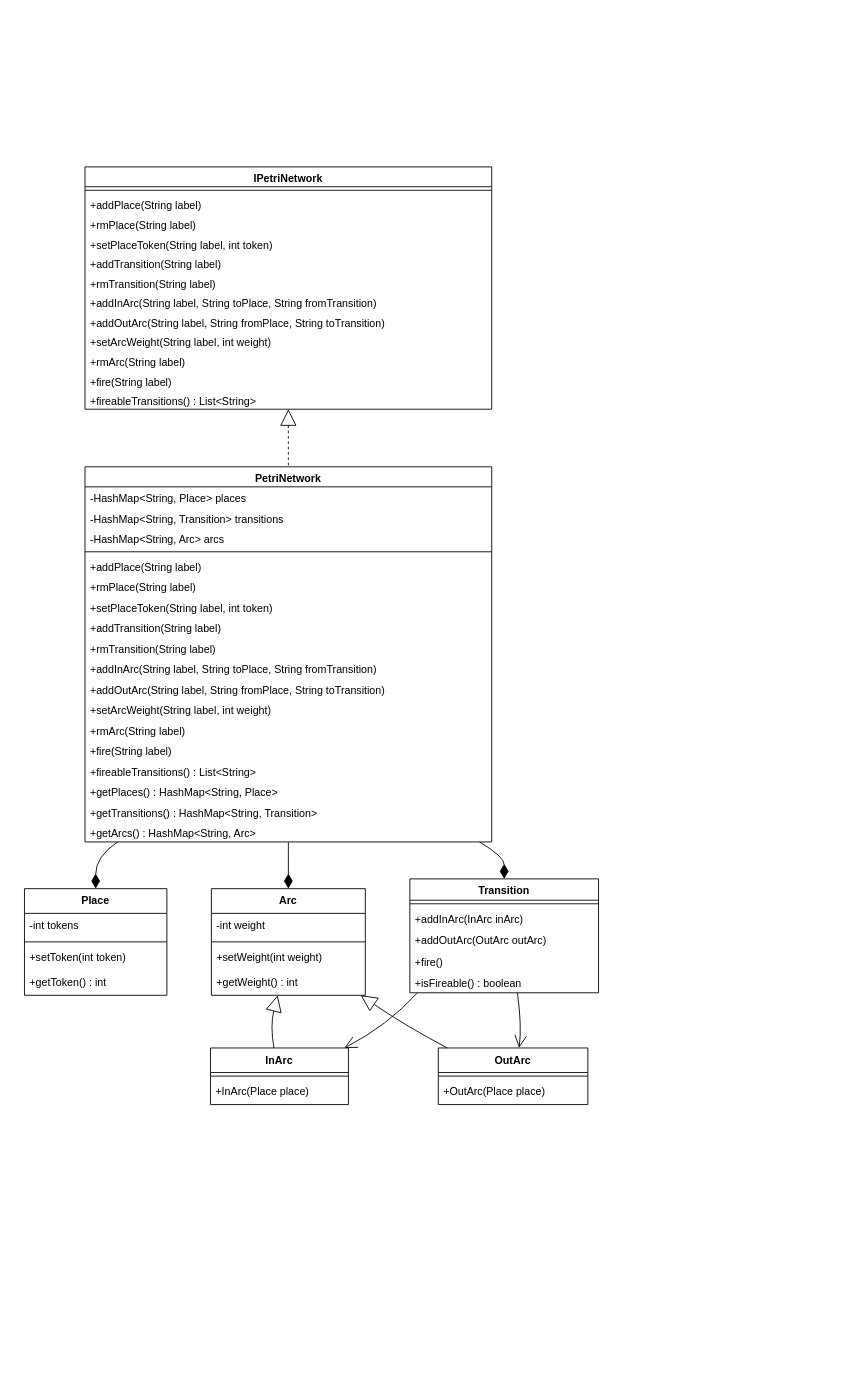
Before: page "Class Diagram 3" (3 of 6) of Docs/Modelling/PetriNetwork.drawio in MRJPEREZR/PetriNetwork, a draw.io diagram. Source tidied: cells renumbered, new cells numbered last; positions are measured from the earlier drawing's top-left corner, leaving out a move shared by most shapes. Both pictures are drawn from the tidied source at 89%, with x=0, y=0 at pixel (24, 166).
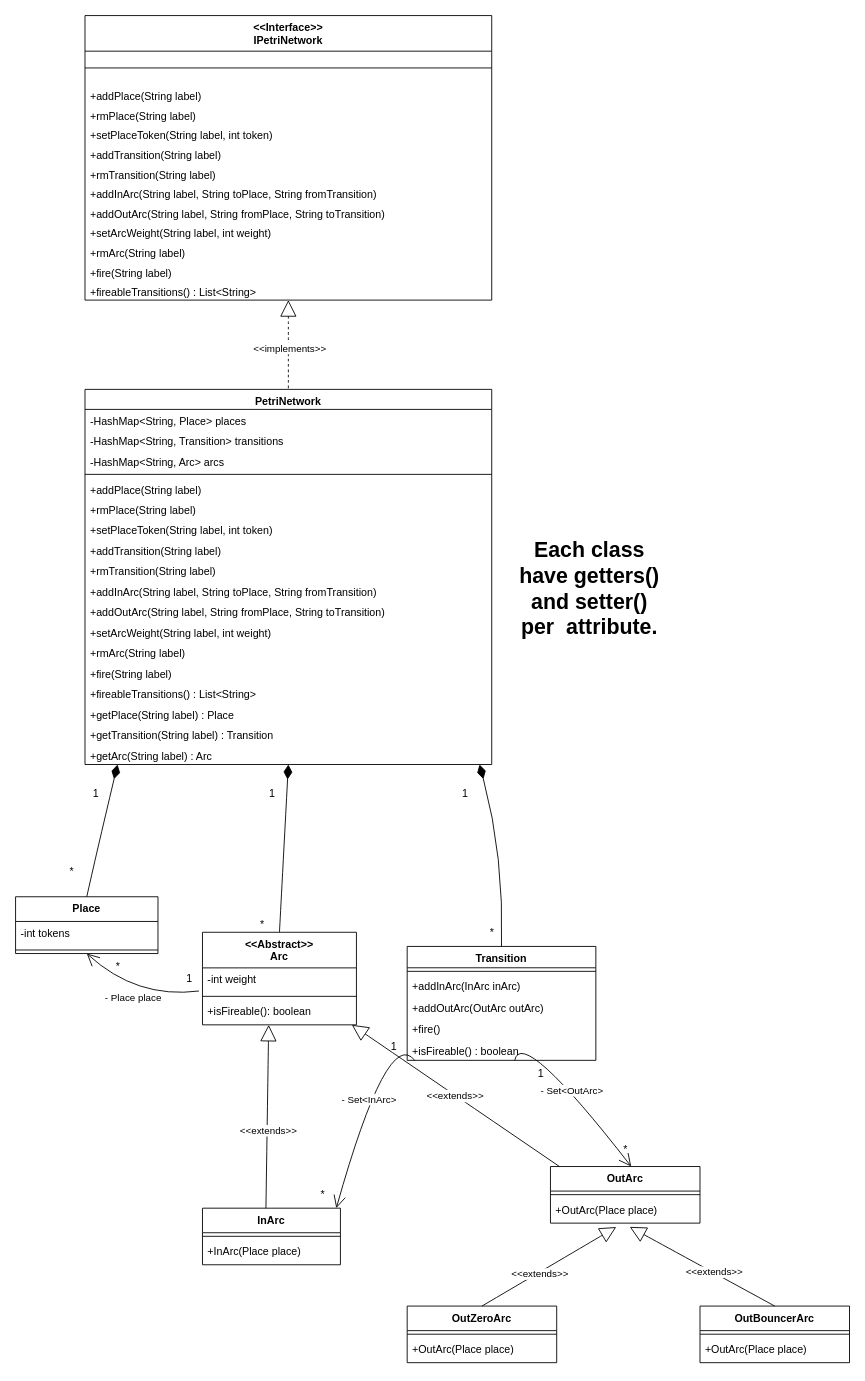
The same page after the edit.

Unchanged cells that the change refers to:
```xml
<mxCell id="55" value="+OutArc(Place place)" style="text;strokeColor=none;fillColor=none;align=left;verticalAlign=top;spacingLeft=4;spacingRight=4;overflow=hidden;points=[[0,0.5],[1,0.5]];portConstraint=eastwest;" parent="53" vertex="1">
  <mxGeometry y="35.6" width="168" height="28" as="geometry" />
</mxCell>
<mxCell id="56" style="curved=1;dashed=1;startArrow=block;startSize=16;startFill=0;endArrow=none;exitX=0.5;exitY=1;entryX=0.5;entryY=0;rounded=0;" parent="1" edge="1" source="2" target="15">
  <mxGeometry relative="1" as="geometry" />
</mxCell>
<mxCell id="62" style="curved=1;startArrow=none;endArrow=open;endSize=12;exitX=0.04;exitY=1;entryX=0.97;entryY=0;rounded=0;" parent="1" edge="1" source="39" target="50">
  <mxGeometry relative="1" as="geometry">
    <Array as="points">
      <mxPoint x="408" y="965" />
    </Array>
  </mxGeometry>
</mxCell>
<mxCell id="63" style="curved=1;startArrow=none;endArrow=open;endSize=12;exitX=0.57;exitY=1;entryX=0.54;entryY=0;rounded=0;" parent="1" edge="1" source="39" target="53">
  <mxGeometry relative="1" as="geometry">
    <Array as="points">
      <mxPoint x="559" y="965" />
    </Array>
  </mxGeometry>
</mxCell>
```

What changed in the source:
```diff
@@
-    <mxCell id="2" value="IPetriNetwork" style="swimlane;fontStyle=1;align=center;verticalAlign=top;horizontal=1;startSize=22.32;" parent="1" vertex="1">
-      <mxGeometry x="68" width="457" height="272.3" as="geometry" />
+    <mxCell id="2" value="&lt;&lt;Interface&gt;&gt;&#10;IPetriNetwork" style="swimlane;fontStyle=1;align=center;verticalAlign=top;horizontal=1;startSize=40;" parent="1" vertex="1">
+      <mxGeometry x="68" y="-170" width="457" height="319.7" as="geometry" />
     </mxCell>
     <mxCell id="3" style="line;strokeWidth=1;fillColor=none;align=left;verticalAlign=middle;spacingTop=-1;spacingLeft=3;spacingRight=3;labelPosition=right;strokeColor=inherit;" parent="2" vertex="1">
-      <mxGeometry y="22.3" width="457" height="8" as="geometry" />
+      <mxGeometry y="40" width="457" height="37.7" as="geometry" />
     </mxCell>
     <mxCell id="4" value="+addPlace(String label)" style="text;strokeColor=none;fillColor=none;align=left;verticalAlign=top;spacingLeft=4;spacingRight=4;overflow=hidden;" parent="2" vertex="1">
-      <mxGeometry y="30.3" width="457" height="22" as="geometry" />
+      <mxGeometry y="77.7" width="457" height="22" as="geometry" />
     </mxCell>
     <mxCell id="5" value="+rmPlace(String label)" style="text;strokeColor=none;fillColor=none;align=left;verticalAlign=top;spacingLeft=4;spacingRight=4;overflow=hidden;" parent="2" vertex="1">
-      <mxGeometry y="52.3" width="457" height="22" as="geometry" />
+      <mxGeometry y="99.7" width="457" height="22" as="geometry" />
     </mxCell>
     <mxCell id="6" value="+setPlaceToken(String label, int token)" style="text;strokeColor=none;fillColor=none;align=left;verticalAlign=top;spacingLeft=4;spacingRight=4;overflow=hidden;" parent="2" vertex="1">
-      <mxGeometry y="74.3" width="457" height="22" as="geometry" />
+      <mxGeometry y="121.7" width="457" height="22" as="geometry" />
     </mxCell>
     <mxCell id="7" value="+addTransition(String label)" style="text;strokeColor=none;fillColor=none;align=left;verticalAlign=top;spacingLeft=4;spacingRight=4;overflow=hidden;" parent="2" vertex="1">
-      <mxGeometry y="96.3" width="457" height="22" as="geometry" />
+      <mxGeometry y="143.7" width="457" height="22" as="geometry" />
     </mxCell>
     <mxCell id="8" value="+rmTransition(String label)" style="text;strokeColor=none;fillColor=none;align=left;verticalAlign=top;spacingLeft=4;spacingRight=4;overflow=hidden;" parent="2" vertex="1">
-      <mxGeometry y="118.3" width="457" height="22" as="geometry" />
+      <mxGeometry y="165.7" width="457" height="22" as="geometry" />
     </mxCell>
     <mxCell id="9" value="+addInArc(String label, String toPlace, String fromTransition)" style="text;strokeColor=none;fillColor=none;align=left;verticalAlign=top;spacingLeft=4;spacingRight=4;overflow=hidden;" parent="2" vertex="1">
-      <mxGeometry y="140.3" width="457" height="22" as="geometry" />
+      <mxGeometry y="187.7" width="457" height="22" as="geometry" />
     </mxCell>
     <mxCell id="10" value="+addOutArc(String label, String fromPlace, String toTransition)" style="text;strokeColor=none;fillColor=none;align=left;verticalAlign=top;spacingLeft=4;spacingRight=4;overflow=hidden;" parent="2" vertex="1">
-      <mxGeometry y="162.3" width="457" height="22" as="geometry" />
+      <mxGeometry y="209.7" width="457" height="22" as="geometry" />
     </mxCell>
     <mxCell id="11" value="+setArcWeight(String label, int weight)" style="text;strokeColor=none;fillColor=none;align=left;verticalAlign=top;spacingLeft=4;spacingRight=4;overflow=hidden;" parent="2" vertex="1">
-      <mxGeometry y="184.3" width="457" height="22" as="geometry" />
+      <mxGeometry y="231.7" width="457" height="22" as="geometry" />
     </mxCell>
     <mxCell id="12" value="+rmArc(String label)" style="text;strokeColor=none;fillColor=none;align=left;verticalAlign=top;spacingLeft=4;spacingRight=4;overflow=hidden;" parent="2" vertex="1">
-      <mxGeometry y="206.3" width="457" height="22" as="geometry" />
+      <mxGeometry y="253.7" width="457" height="22" as="geometry" />
     </mxCell>
     <mxCell id="13" value="+fire(String label)" style="text;strokeColor=none;fillColor=none;align=left;verticalAlign=top;spacingLeft=4;spacingRight=4;overflow=hidden;" parent="2" vertex="1">
-      <mxGeometry y="228.3" width="457" height="22" as="geometry" />
+      <mxGeometry y="275.7" width="457" height="22" as="geometry" />
     </mxCell>
     <mxCell id="14" value="+fireableTransitions() : List&lt;String&gt;" style="text;strokeColor=none;fillColor=none;align=left;verticalAlign=top;spacingLeft=4;spacingRight=4;overflow=hidden;" parent="2" vertex="1">
-      <mxGeometry y="250.3" width="457" height="22" as="geometry" />
+      <mxGeometry y="297.7" width="457" height="22" as="geometry" />
     </mxCell>
     <mxCell id="15" value="PetriNetwork" style="swimlane;fontStyle=1;align=center;verticalAlign=top;horizontal=1;startSize=22.5;" parent="1" vertex="1">
-      <mxGeometry x="68" y="337" width="457" height="421.5" as="geometry" />
+      <mxGeometry x="68" y="250" width="457" height="421.5" as="geometry" />
     </mxCell>
@@
-    <mxCell id="31" value="+getPlaces() : HashMap&lt;String, Place&gt;" style="text;strokeColor=none;fillColor=none;align=left;verticalAlign=top;spacingLeft=4;spacingRight=4;overflow=hidden;" parent="15" vertex="1">
-      <mxGeometry y="352.5" width="457" height="23" as="geometry" />
-    </mxCell>
-    <mxCell id="32" value="+getTransitions() : HashMap&lt;String, Transition&gt;" style="text;strokeColor=none;fillColor=none;align=left;verticalAlign=top;spacingLeft=4;spacingRight=4;overflow=hidden;" parent="15" vertex="1">
-      <mxGeometry y="375.5" width="457" height="23" as="geometry" />
-    </mxCell>
-    <mxCell id="33" value="+getArcs() : HashMap&lt;String, Arc&gt;" style="text;strokeColor=none;fillColor=none;align=left;verticalAlign=top;spacingLeft=4;spacingRight=4;overflow=hidden;" parent="15" vertex="1">
-      <mxGeometry y="398.5" width="457" height="23" as="geometry" />
+    <mxCell id="33" value="+getPlace(String label) : Place " style="text;strokeColor=none;fillColor=none;align=left;verticalAlign=top;spacingLeft=4;spacingRight=4;overflow=hidden;" parent="15" vertex="1">
+      <mxGeometry y="352.5" width="457" height="23" as="geometry" />
     </mxCell>
+    <mxCell id="64" value="+getTransition(String label) : Transition " style="text;strokeColor=none;fillColor=none;align=left;verticalAlign=top;spacingLeft=4;spacingRight=4;overflow=hidden;" parent="15" vertex="1">
+      <mxGeometry y="375.5" width="457" height="23" as="geometry" />
+    </mxCell>
+    <mxCell id="65" value="+getArc(String label) : Arc " style="text;strokeColor=none;fillColor=none;align=left;verticalAlign=top;spacingLeft=4;spacingRight=4;overflow=hidden;" parent="15" vertex="1">
+      <mxGeometry y="398.5" width="457" height="23" as="geometry" />
+    </mxCell>
     <mxCell id="34" value="Place" style="swimlane;fontStyle=1;align=center;verticalAlign=top;horizontal=1;startSize=27.75;" parent="1" vertex="1">
-      <mxGeometry y="811" width="160" height="119.8" as="geometry" />
+      <mxGeometry x="-10" y="820.1" width="160" height="63.8" as="geometry" />
     </mxCell>
@@
-    <mxCell id="37" value="+setToken(int token)" style="text;strokeColor=none;fillColor=none;align=left;verticalAlign=top;spacingLeft=4;spacingRight=4;overflow=hidden;" parent="34" vertex="1">
-      <mxGeometry y="63.8" width="160" height="28" as="geometry" />
-    </mxCell>
-    <mxCell id="38" value="+getToken() : int" style="text;strokeColor=none;fillColor=none;align=left;verticalAlign=top;spacingLeft=4;spacingRight=4;overflow=hidden;" parent="34" vertex="1">
-      <mxGeometry y="91.8" width="160" height="28" as="geometry" />
-    </mxCell>
     <mxCell id="39" value="Transition" style="swimlane;fontStyle=1;align=center;verticalAlign=top;horizontal=1;startSize=24;" parent="1" vertex="1">
-      <mxGeometry x="433" y="800" width="212" height="128" as="geometry" />
+      <mxGeometry x="430" y="875.9" width="212" height="128" as="geometry" />
     </mxCell>
@@
-    <mxCell id="45" value="Arc" style="swimlane;fontStyle=1;align=center;verticalAlign=top;horizontal=1;startSize=27.75;" parent="1" vertex="1">
-      <mxGeometry x="210" y="811" width="173" height="119.8" as="geometry" />
+    <mxCell id="45" value="&lt;&lt;Abstract&gt;&gt;&#10;Arc" style="swimlane;fontStyle=1;align=center;verticalAlign=top;horizontal=1;startSize=40;" parent="1" vertex="1">
+      <mxGeometry x="200" y="860" width="173" height="104" as="geometry" />
     </mxCell>
     <mxCell id="46" value="-int weight" style="text;strokeColor=none;fillColor=none;align=left;verticalAlign=top;spacingLeft=4;spacingRight=4;overflow=hidden;points=[[0,0.5],[1,0.5]];portConstraint=eastwest;" parent="45" vertex="1">
-      <mxGeometry y="27.8" width="173" height="28" as="geometry" />
+      <mxGeometry y="40" width="173" height="28" as="geometry" />
     </mxCell>
     <mxCell id="47" style="line;strokeWidth=1;fillColor=none;align=left;verticalAlign=middle;spacingTop=-1;spacingLeft=3;spacingRight=3;labelPosition=right;strokeColor=inherit;" parent="45" vertex="1">
-      <mxGeometry y="55.8" width="173" height="8" as="geometry" />
+      <mxGeometry y="68" width="173" height="8" as="geometry" />
     </mxCell>
-    <mxCell id="48" value="+setWeight(int weight)" style="text;strokeColor=none;fillColor=none;align=left;verticalAlign=top;spacingLeft=4;spacingRight=4;overflow=hidden;" parent="45" vertex="1">
-      <mxGeometry y="63.8" width="173" height="28" as="geometry" />
-    </mxCell>
-    <mxCell id="49" value="+getWeight() : int" style="text;strokeColor=none;fillColor=none;align=left;verticalAlign=top;spacingLeft=4;spacingRight=4;overflow=hidden;" parent="45" vertex="1">
-      <mxGeometry y="91.8" width="173" height="28" as="geometry" />
+    <mxCell id="49" value="+isFireable(): boolean" style="text;strokeColor=none;fillColor=none;align=left;verticalAlign=top;spacingLeft=4;spacingRight=4;overflow=hidden;" parent="45" vertex="1">
+      <mxGeometry y="76" width="173" height="28" as="geometry" />
     </mxCell>
     <mxCell id="50" value="InArc" style="swimlane;fontStyle=1;align=center;verticalAlign=top;horizontal=1;startSize=27.6;" parent="1" vertex="1">
-      <mxGeometry x="209" y="990" width="155" height="63.6" as="geometry" />
+      <mxGeometry x="200" y="1170" width="155" height="63.6" as="geometry" />
     </mxCell>
@@
     <mxCell id="53" value="OutArc" style="swimlane;fontStyle=1;align=center;verticalAlign=top;horizontal=1;startSize=27.6;" parent="1" vertex="1">
-      <mxGeometry x="465" y="990" width="168" height="63.6" as="geometry" />
+      <mxGeometry x="591" y="1123.2" width="168" height="63.6" as="geometry" />
     </mxCell>
@@
+    <mxCell id="66" value="&amp;lt;&amp;lt;implements&amp;gt;&amp;gt;" style="edgeLabel;html=1;align=center;verticalAlign=middle;" parent="56" vertex="1">
+      <mxGeometry x="0.07" y="1" relative="1" as="geometry" />
+    </mxCell>
-    <mxCell id="57" style="curved=1;startArrow=none;endArrow=diamondThin;endSize=14;endFill=1;exitX=0.08;exitY=1;entryX=0.5;entryY=0;rounded=0;" parent="1" edge="1" source="15" target="34">
+    <mxCell id="57" style="curved=1;startArrow=none;endArrow=diamondThin;endSize=14;endFill=1;exitX=0.5;exitY=0;entryX=0.08;entryY=1;rounded=0;exitDx=0;exitDy=0;entryDx=0;entryDy=0;" parent="1" edge="1" source="34" target="15">
       <mxGeometry relative="1" as="geometry">
         <Array as="points">
           <mxPoint x="80" y="775" />
         </Array>
       </mxGeometry>
     </mxCell>
-    <mxCell id="58" style="curved=1;startArrow=none;endArrow=diamondThin;endSize=14;endFill=1;exitX=0.97;exitY=1;entryX=0.5;entryY=0;rounded=0;" parent="1" edge="1" source="15" target="39">
+    <mxCell id="58" style="curved=1;startArrow=none;endArrow=diamondThin;endSize=14;endFill=1;exitX=0.5;exitY=0;entryX=0.97;entryY=1;rounded=0;exitDx=0;exitDy=0;entryDx=0;entryDy=0;" parent="1" edge="1" source="39" target="15">
       <mxGeometry relative="1" as="geometry">
         <Array as="points">
           <mxPoint x="539" y="775" />
         </Array>
       </mxGeometry>
     </mxCell>
-    <mxCell id="59" style="curved=1;startArrow=none;endArrow=diamondThin;endSize=14;endFill=1;exitX=0.5;exitY=1;entryX=0.5;entryY=0;rounded=0;" parent="1" edge="1" source="15" target="45">
+    <mxCell id="59" style="curved=1;startArrow=none;endArrow=diamondThin;endSize=14;endFill=1;exitX=0.5;exitY=0;entryX=0.5;entryY=1;rounded=0;exitDx=0;exitDy=0;entryDx=0;entryDy=0;" parent="1" edge="1" source="45" target="15">
       <mxGeometry relative="1" as="geometry" />
     </mxCell>
     <mxCell id="60" style="curved=1;startArrow=block;startSize=16;startFill=0;endArrow=none;exitX=0.43;exitY=1;entryX=0.46;entryY=0;rounded=0;" parent="1" edge="1" source="45" target="50">
-      <mxGeometry relative="1" as="geometry">
-        <Array as="points">
-          <mxPoint x="276" y="965" />
-        </Array>
-      </mxGeometry>
+      <mxGeometry relative="1" as="geometry" />
     </mxCell>
+    <mxCell id="67" value="&amp;lt;&amp;lt;extends&amp;gt;&amp;gt;" style="edgeLabel;html=1;align=center;verticalAlign=middle;" parent="60" vertex="1">
+      <mxGeometry x="0.15" y="1" relative="1" as="geometry" />
+    </mxCell>
-    <mxCell id="61" style="curved=1;startArrow=block;startSize=16;startFill=0;endArrow=none;exitX=0.97;exitY=1;entryX=0.06;entryY=0;rounded=0;" parent="1" edge="1" source="45" target="53">
-      <mxGeometry relative="1" as="geometry">
-        <Array as="points">
-          <mxPoint x="428" y="965" />
-        </Array>
-      </mxGeometry>
+    <mxCell id="61" value="&lt;&lt;extends&gt;&gt;" style="curved=1;startArrow=block;startSize=16;startFill=0;endArrow=none;exitX=0.97;exitY=1;entryX=0.06;entryY=0;rounded=0;" parent="1" edge="1" source="45" target="53">
+      <mxGeometry relative="1" as="geometry" />
     </mxCell>
@@
+    <mxCell id="68" value="- Set&amp;lt;InArc&amp;gt;" style="edgeLabel;html=1;align=center;verticalAlign=middle;" parent="62" vertex="1">
+      <mxGeometry x="0.03" y="2" relative="1" as="geometry" />
+    </mxCell>
@@
+    <mxCell id="69" value="- Set&amp;lt;OutArc&amp;gt;" style="edgeLabel;html=1;align=center;verticalAlign=middle;" parent="63" vertex="1">
+      <mxGeometry x="0.09" y="-1" relative="1" as="geometry" />
+    </mxCell>
+    <mxCell id="70" value="1" style="text;html=1;align=center;verticalAlign=middle;strokeColor=none;fillColor=none;" parent="1" vertex="1">
+      <mxGeometry x="65" y="690" width="30" height="30" as="geometry" />
+    </mxCell>
+    <mxCell id="71" value="1" style="text;html=1;align=center;verticalAlign=middle;strokeColor=none;fillColor=none;" parent="1" vertex="1">
+      <mxGeometry x="262.5" y="690" width="30" height="30" as="geometry" />
+    </mxCell>
+    <mxCell id="72" value="1" style="text;html=1;align=center;verticalAlign=middle;strokeColor=none;fillColor=none;" parent="1" vertex="1">
+      <mxGeometry x="480" y="690" width="30" height="30" as="geometry" />
+    </mxCell>
+    <mxCell id="73" value="*" style="text;html=1;align=center;verticalAlign=middle;strokeColor=none;fillColor=none;" parent="1" vertex="1">
+      <mxGeometry x="252" y="837" width="30" height="30" as="geometry" />
+    </mxCell>
+    <mxCell id="74" value="*" style="text;html=1;align=center;verticalAlign=middle;strokeColor=none;fillColor=none;" parent="1" vertex="1">
+      <mxGeometry x="38" y="777" width="30" height="30" as="geometry" />
+    </mxCell>
+    <mxCell id="75" value="*" style="text;html=1;align=center;verticalAlign=middle;strokeColor=none;fillColor=none;" parent="1" vertex="1">
+      <mxGeometry x="510" y="845.9" width="30" height="30" as="geometry" />
+    </mxCell>
+    <mxCell id="76" value="1" style="text;html=1;align=center;verticalAlign=middle;strokeColor=none;fillColor=none;" parent="1" vertex="1">
+      <mxGeometry x="400" y="973.9" width="30" height="30" as="geometry" />
+    </mxCell>
+    <mxCell id="77" value="*" style="text;html=1;align=center;verticalAlign=middle;strokeColor=none;fillColor=none;" parent="1" vertex="1">
+      <mxGeometry x="320" y="1140" width="30" height="30" as="geometry" />
+    </mxCell>
+    <mxCell id="78" value="1" style="text;html=1;align=center;verticalAlign=middle;strokeColor=none;fillColor=none;" parent="1" vertex="1">
+      <mxGeometry x="565" y="1003.9" width="30" height="30" as="geometry" />
+    </mxCell>
+    <mxCell id="79" value="*" style="text;html=1;align=center;verticalAlign=middle;strokeColor=none;fillColor=none;" parent="1" vertex="1">
+      <mxGeometry x="660" y="1090" width="30" height="30" as="geometry" />
+    </mxCell>
+    <mxCell id="80" value="OutZeroArc" style="swimlane;fontStyle=1;align=center;verticalAlign=top;horizontal=1;startSize=27.6;" parent="1" vertex="1">
+      <mxGeometry x="430" y="1280" width="168" height="63.6" as="geometry" />
+    </mxCell>
+    <mxCell id="81" style="line;strokeWidth=1;fillColor=none;align=left;verticalAlign=middle;spacingTop=-1;spacingLeft=3;spacingRight=3;labelPosition=right;strokeColor=inherit;" parent="80" vertex="1">
+      <mxGeometry y="27.6" width="168" height="8" as="geometry" />
+    </mxCell>
+    <mxCell id="82" value="+OutArc(Place place)" style="text;strokeColor=none;fillColor=none;align=left;verticalAlign=top;spacingLeft=4;spacingRight=4;overflow=hidden;" parent="80" vertex="1">
+      <mxGeometry y="35.6" width="168" height="28" as="geometry" />
+    </mxCell>
+    <mxCell id="83" value="OutBouncerArc" style="swimlane;fontStyle=1;align=center;verticalAlign=top;horizontal=1;startSize=27.6;" parent="1" vertex="1">
+      <mxGeometry x="759" y="1280" width="168" height="63.6" as="geometry" />
+    </mxCell>
+    <mxCell id="84" style="line;strokeWidth=1;fillColor=none;align=left;verticalAlign=middle;spacingTop=-1;spacingLeft=3;spacingRight=3;labelPosition=right;strokeColor=inherit;" parent="83" vertex="1">
+      <mxGeometry y="27.6" width="168" height="8" as="geometry" />
+    </mxCell>
+    <mxCell id="85" value="+OutArc(Place place)" style="text;strokeColor=none;fillColor=none;align=left;verticalAlign=top;spacingLeft=4;spacingRight=4;overflow=hidden;" parent="83" vertex="1">
+      <mxGeometry y="35.6" width="168" height="28" as="geometry" />
+    </mxCell>
+    <mxCell id="86" style="curved=1;startArrow=block;startSize=16;startFill=0;endArrow=none;exitX=0.44;exitY=1.157;entryX=0.5;entryY=0;rounded=0;exitDx=0;exitDy=0;exitPerimeter=0;entryDx=0;entryDy=0;" parent="1" edge="1" source="55" target="80">
+      <mxGeometry relative="1" as="geometry" />
+    </mxCell>
+    <mxCell id="87" value="&amp;lt;&amp;lt;extends&amp;gt;&amp;gt;" style="edgeLabel;html=1;align=center;verticalAlign=middle;" parent="86" vertex="1">
+      <mxGeometry x="0.15" y="1" relative="1" as="geometry" />
+    </mxCell>
+    <mxCell id="88" style="curved=1;startArrow=block;startSize=16;startFill=0;endArrow=none;exitX=0.53;exitY=1.15;entryX=0.5;entryY=0;rounded=0;exitDx=0;exitDy=0;exitPerimeter=0;entryDx=0;entryDy=0;" parent="1" edge="1" source="55" target="83">
+      <mxGeometry relative="1" as="geometry" />
+    </mxCell>
+    <mxCell id="89" value="&amp;lt;&amp;lt;extends&amp;gt;&amp;gt;" style="edgeLabel;html=1;align=center;verticalAlign=middle;" parent="88" vertex="1">
+      <mxGeometry x="0.15" y="1" relative="1" as="geometry" />
+    </mxCell>
+    <mxCell id="90" style="curved=1;startArrow=none;endArrow=open;endSize=12;exitX=-0.023;exitY=0.929;entryX=0.5;entryY=1;rounded=0;exitDx=0;exitDy=0;exitPerimeter=0;entryDx=0;entryDy=0;" parent="1" edge="1" source="46" target="34">
+      <mxGeometry relative="1" as="geometry">
+        <Array as="points">
+          <mxPoint x="126" y="935" />
+        </Array>
+      </mxGeometry>
+    </mxCell>
+    <mxCell id="91" value="- Place place" style="edgeLabel;html=1;align=center;verticalAlign=middle;" parent="90" vertex="1">
+      <mxGeometry x="0.03" y="2" relative="1" as="geometry" />
+    </mxCell>
+    <mxCell id="92" value="1" style="text;html=1;align=center;verticalAlign=middle;strokeColor=none;fillColor=none;" parent="1" vertex="1">
+      <mxGeometry x="170" y="897" width="30" height="30" as="geometry" />
+    </mxCell>
+    <mxCell id="93" value="*" style="text;html=1;align=center;verticalAlign=middle;strokeColor=none;fillColor=none;" parent="1" vertex="1">
+      <mxGeometry x="90" y="883.9" width="30" height="30" as="geometry" />
+    </mxCell>
+    <mxCell id="94" value="&lt;h1 style=&quot;margin-top: 0px;&quot;&gt;Each class have getters() and setter() per&amp;nbsp; attribute.&lt;/h1&gt;&lt;div&gt;&lt;font size=&quot;3&quot;&gt;&amp;nbsp;&lt;/font&gt;&lt;/div&gt;" style="text;html=1;whiteSpace=wrap;overflow=hidden;rounded=0;align=center;" parent="1" vertex="1">
+      <mxGeometry x="550" y="410" width="170" height="130" as="geometry" />
+    </mxCell>
```
